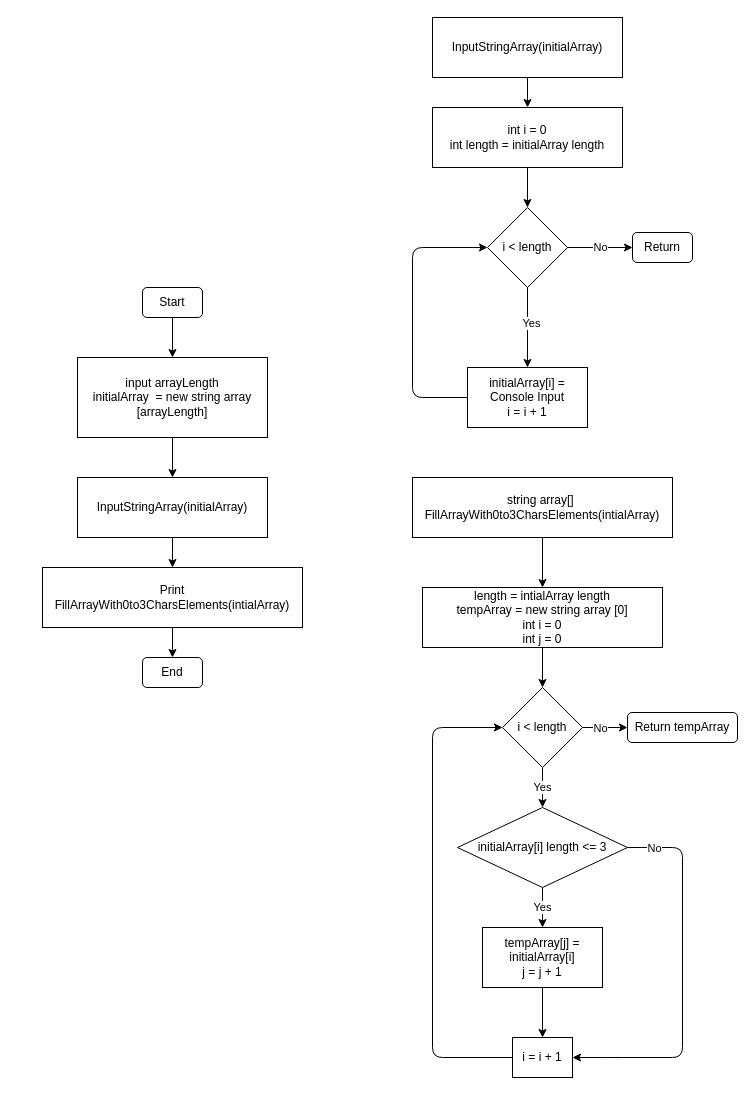
This is BlockDiagram.drawio from MaksimDorokhin/GBBlock1TestWork, a draw.io file, before an edit. Source tidied: cells renumbered, new cells numbered last; positions are measured from the earlier drawing's top-left corner, leaving out a move shared by most shapes. Both pictures are drawn from the tidied source at 100%, with x=0, y=0 at pixel (42, 17).
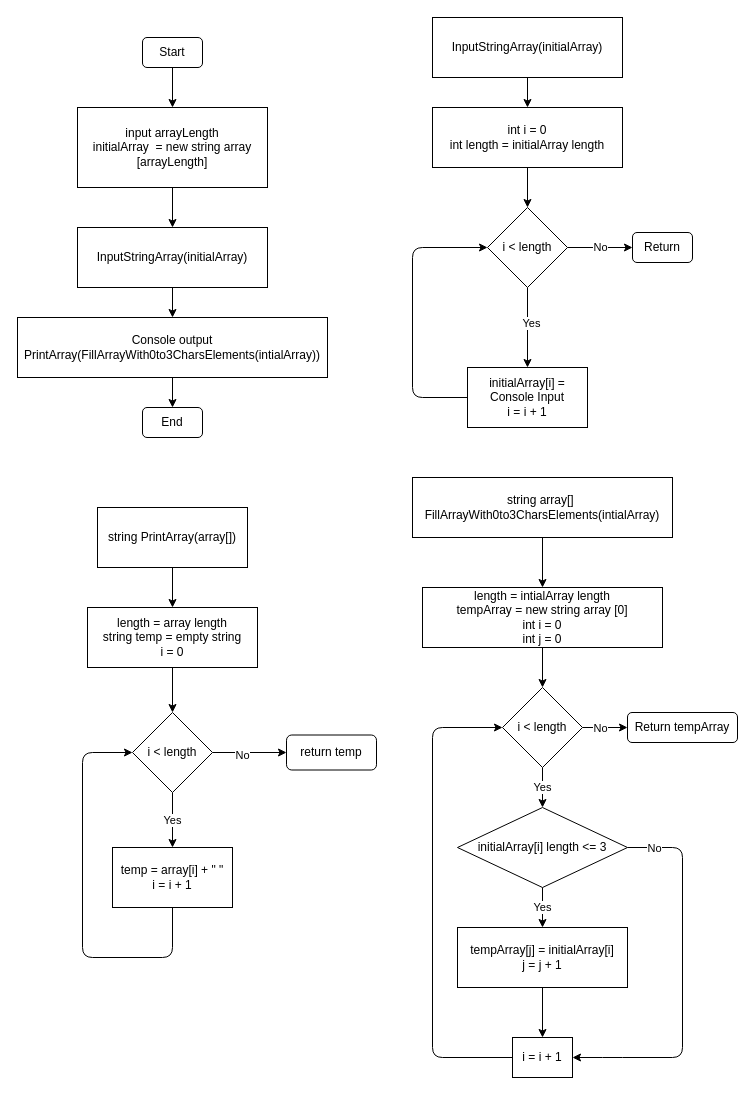
Above is the later version.

Commit message (it also covers changes not shown here):
Updated Block Diagram with Print Array method

Change to the diagram source:
```diff
@@
     <mxCell id="3" value="Start" style="rounded=1;whiteSpace=wrap;html=1;" parent="1" vertex="1">
-      <mxGeometry x="100" y="270" width="60" height="30" as="geometry" />
+      <mxGeometry x="100" y="20" width="60" height="30" as="geometry" />
     </mxCell>
@@
     <mxCell id="5" value="input arrayLength&lt;br&gt;initialArray&amp;nbsp; = new string array [arrayLength]" style="rounded=0;whiteSpace=wrap;html=1;" parent="1" vertex="1">
-      <mxGeometry x="35" y="340" width="190" height="80" as="geometry" />
+      <mxGeometry x="35" y="90" width="190" height="80" as="geometry" />
     </mxCell>
     <mxCell id="6" style="edgeStyle=none;html=1;entryX=0.5;entryY=0;entryDx=0;entryDy=0;" parent="1" edge="1" source="7">
       <mxGeometry relative="1" as="geometry">
-        <mxPoint x="130" y="550" as="targetPoint" />
+        <mxPoint x="130" y="300" as="targetPoint" />
       </mxGeometry>
     </mxCell>
     <mxCell id="7" value="InputStringArray(initialArray)" style="rounded=0;whiteSpace=wrap;html=1;" parent="1" vertex="1">
-      <mxGeometry x="35" y="460" width="190" height="60" as="geometry" />
+      <mxGeometry x="35" y="210" width="190" height="60" as="geometry" />
     </mxCell>
@@
-    <mxCell id="9" value="Print FillArrayWith0to3CharsElements(intialArray)" style="rounded=0;whiteSpace=wrap;html=1;" parent="1" vertex="1">
-      <mxGeometry y="550" width="260" height="60" as="geometry" />
+    <mxCell id="9" value="Console output &lt;br&gt;PrintArray(FillArrayWith0to3CharsElements(intialArray))" style="rounded=0;whiteSpace=wrap;html=1;" parent="1" vertex="1">
+      <mxGeometry x="-25" y="300" width="310" height="60" as="geometry" />
     </mxCell>
     <mxCell id="10" value="End" style="rounded=1;whiteSpace=wrap;html=1;" parent="1" vertex="1">
-      <mxGeometry x="100" y="640" width="60" height="30" as="geometry" />
+      <mxGeometry x="100" y="390" width="60" height="30" as="geometry" />
     </mxCell>
@@
     <mxCell id="35" value="tempArray[j] = initialArray[i]&lt;br&gt;j = j + 1" style="rounded=0;whiteSpace=wrap;html=1;" parent="1" vertex="1">
-      <mxGeometry x="440" y="910" width="120" height="60" as="geometry" />
+      <mxGeometry x="415" y="910" width="170" height="60" as="geometry" />
     </mxCell>
@@
+    <mxCell id="39" style="edgeStyle=none;html=1;entryX=0.5;entryY=0;entryDx=0;entryDy=0;" parent="1" edge="1" source="40" target="42">
+      <mxGeometry relative="1" as="geometry" />
+    </mxCell>
+    <mxCell id="40" value="string PrintArray(array[])" style="rounded=0;whiteSpace=wrap;html=1;" parent="1" vertex="1">
+      <mxGeometry x="55" y="490" width="150" height="60" as="geometry" />
+    </mxCell>
+    <mxCell id="41" style="edgeStyle=none;html=1;entryX=0.5;entryY=0;entryDx=0;entryDy=0;" parent="1" edge="1" source="42" target="46">
+      <mxGeometry relative="1" as="geometry" />
+    </mxCell>
+    <mxCell id="42" value="length = array length&lt;br&gt;string temp = empty string&lt;br&gt;i = 0" style="rounded=0;whiteSpace=wrap;html=1;" parent="1" vertex="1">
+      <mxGeometry x="45" y="590" width="170" height="60" as="geometry" />
+    </mxCell>
+    <mxCell id="43" value="Yes" style="edgeStyle=none;html=1;exitX=0.5;exitY=1;exitDx=0;exitDy=0;entryX=0.5;entryY=0;entryDx=0;entryDy=0;" parent="1" edge="1" source="46" target="48">
+      <mxGeometry relative="1" as="geometry" />
+    </mxCell>
+    <mxCell id="44" style="edgeStyle=none;html=1;entryX=0;entryY=0.5;entryDx=0;entryDy=0;" parent="1" edge="1" source="46" target="49">
+      <mxGeometry relative="1" as="geometry" />
+    </mxCell>
+    <mxCell id="45" value="No" style="edgeLabel;html=1;align=center;verticalAlign=middle;" parent="44" vertex="1">
+      <mxGeometry x="-0.22" y="-2" relative="1" as="geometry" />
+    </mxCell>
+    <mxCell id="46" value="i &amp;lt; length" style="rhombus;whiteSpace=wrap;html=1;" parent="1" vertex="1">
+      <mxGeometry x="90" y="695" width="80" height="80" as="geometry" />
+    </mxCell>
+    <mxCell id="47" style="edgeStyle=none;html=1;entryX=0;entryY=0.5;entryDx=0;entryDy=0;" parent="1" edge="1" source="48" target="46">
+      <mxGeometry relative="1" as="geometry">
+        <Array as="points">
+          <mxPoint x="130" y="940" />
+          <mxPoint x="40" y="940" />
+          <mxPoint x="40" y="735" />
+        </Array>
+      </mxGeometry>
+    </mxCell>
+    <mxCell id="48" value="temp = array[i] + &quot; &quot;&lt;br&gt;i = i + 1" style="rounded=0;whiteSpace=wrap;html=1;" parent="1" vertex="1">
+      <mxGeometry x="70" y="830" width="120" height="60" as="geometry" />
+    </mxCell>
+    <mxCell id="49" value="return temp" style="rounded=1;whiteSpace=wrap;html=1;" parent="1" vertex="1">
+      <mxGeometry x="244" y="717.5" width="90" height="35" as="geometry" />
+    </mxCell>
```
